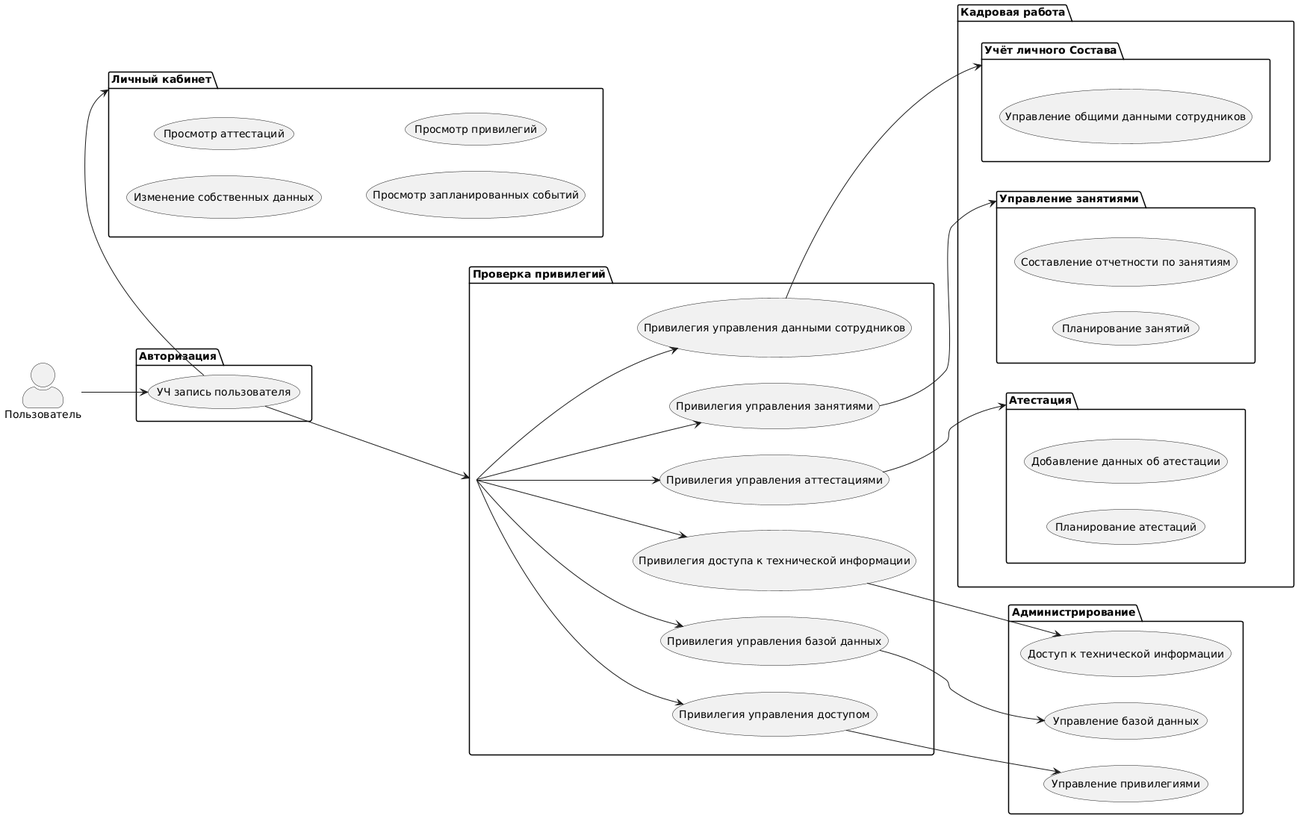
The PlantUML diagram imgs/uml_diag_light.png in SemionPetrov/ProjectMCHS, before a commit. The source it was exported from:
```plantuml
@startuml
skinparam actorStyle awesome
left to right direction

actor Пользователь as User

package Авторизация {
    usecase "УЧ запись пользователя" as unpriv_user
}

package "Кадровая работа" {
    package "Атестация" as certification {
        usecase "Планирование атестаций" as planning_sessions
        usecase "Добавление данных об атестации" as report_management
    }

    package "Управление занятиями" as exercise{
        usecase "Планирование занятий"
        usecase "Составление отчетности по занятиям"
    }

    package "Учёт личного Состава" as employee_management {
        usecase "Управление общими данными сотрудников" as employee_data_management
    }
}

package "Личный кабинет" as profile{
    usecase "Изменение собственных данных"
    usecase "Просмотр аттестаций"
    usecase "Просмотр запланированных событий"
    usecase "Просмотр привилегий"
}

package Администрирование {
    usecase "Управление привилегиями" as access_control
    usecase "Управление базой данных" as db_control
    usecase "Доступ к технической информации" as backend_info
}

package "Проверка привилегий" as priv_check {
    usecase "Привилегия управления данными сотрудников" as employee_management_priv
    usecase "Привилегия управления аттестациями" as certification_management_priv
    usecase "Привилегия управления занятиями" as planning_sessions_priv

    usecase "Привилегия управления доступом" as access_control_priv
    usecase "Привилегия управления базой данных" as db_control_priv
    usecase "Привилегия доступа к технической информации" as backend_info_priv
}


User --> unpriv_user
unpriv_user --> priv_check
unpriv_user -> profile

priv_check -->  employee_management_priv
priv_check -->  certification_management_priv
priv_check -->  planning_sessions_priv

priv_check -->  access_control_priv
priv_check -->  db_control_priv
priv_check -->  backend_info_priv

employee_management_priv --> employee_management
certification_management_priv --> certification
planning_sessions_priv --> exercise

access_control_priv --> access_control
db_control_priv --> db_control
backend_info_priv --> backend_info
@enduml
```
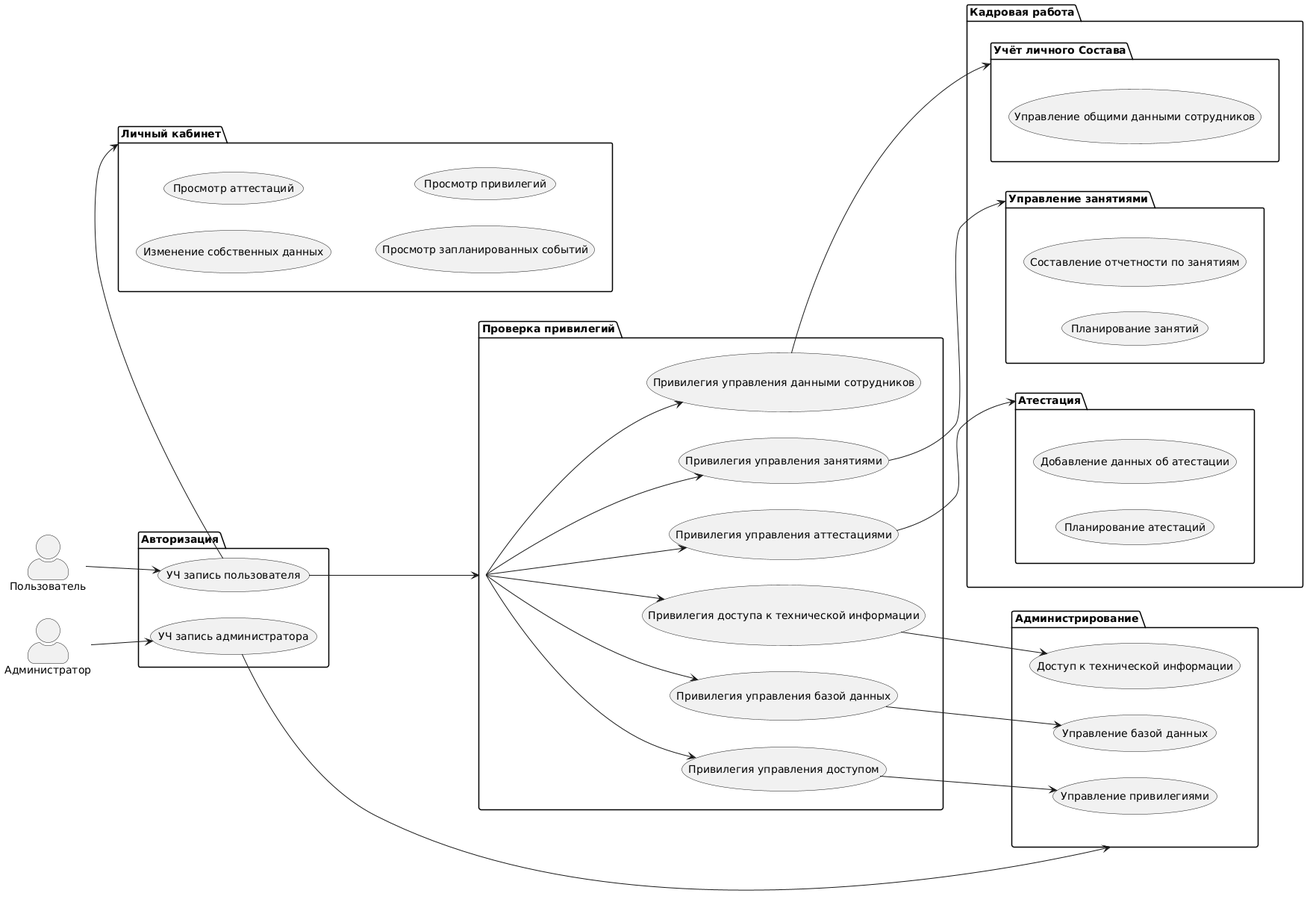
The same file after the commit.

What changed in the source:
```diff
@@ -3,9 +3,11 @@
 left to right direction
 
 actor Пользователь as User
+actor Администратор as Admin
 
 package Авторизация {
     usecase "УЧ запись пользователя" as unpriv_user
+    usecase "УЧ запись администратора" as admin_user
 }
 
 package "Кадровая работа" {
@@ -31,7 +33,7 @@
     usecase "Просмотр привилегий"
 }
 
-package Администрирование {
+package Администрирование as administartion{
     usecase "Управление привилегиями" as access_control
     usecase "Управление базой данных" as db_control
     usecase "Доступ к технической информации" as backend_info
@@ -49,6 +51,10 @@
 
 
 User --> unpriv_user
+Admin --> admin_user
+
+admin_user --> administartion
+
 unpriv_user --> priv_check
 unpriv_user -> profile
 
```
